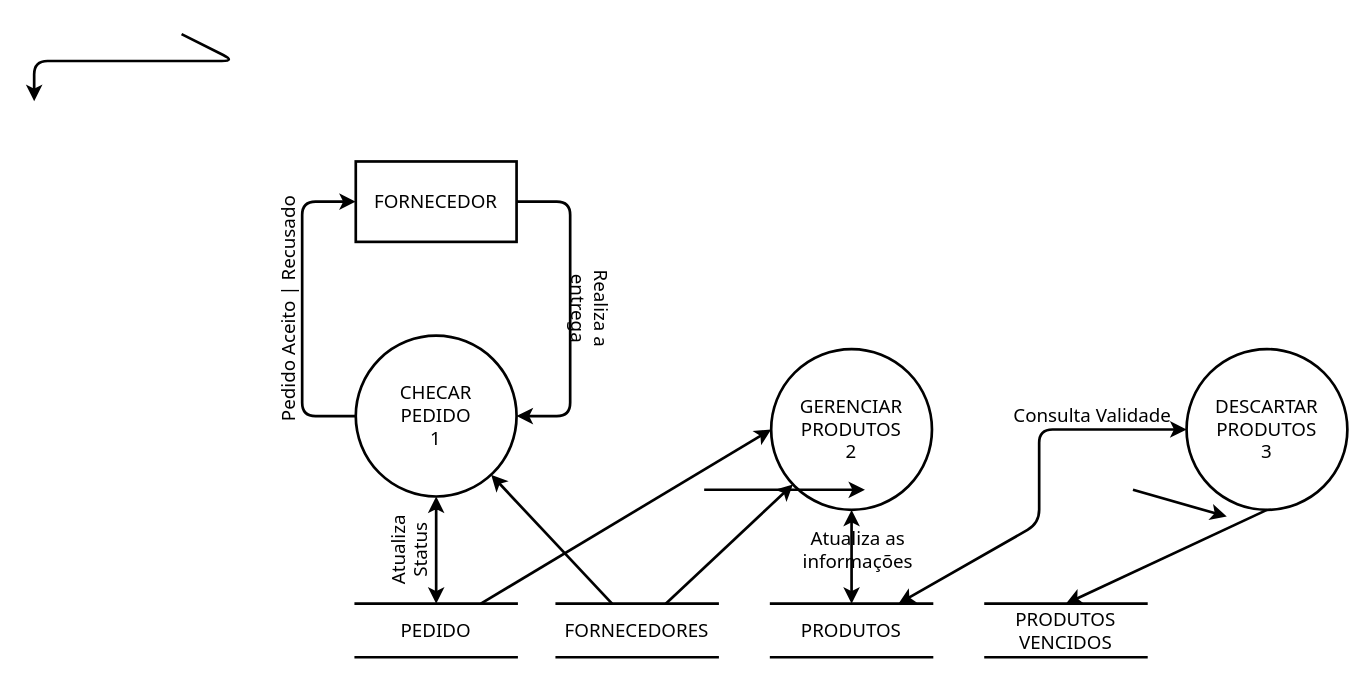
Earlier version of the draw.io diagram docs/Prof_Christiane/ESTOQUE/DFD_ESTOQUE.drawio (Darienzo08/ope_ads). Source tidied: cells renumbered, new cells numbered last; positions are measured from the earlier drawing's top-left corner, leaving out a move shared by most shapes. Both pictures are drawn from the tidied source at 134%, with x=0, y=0 at pixel (34, 34).
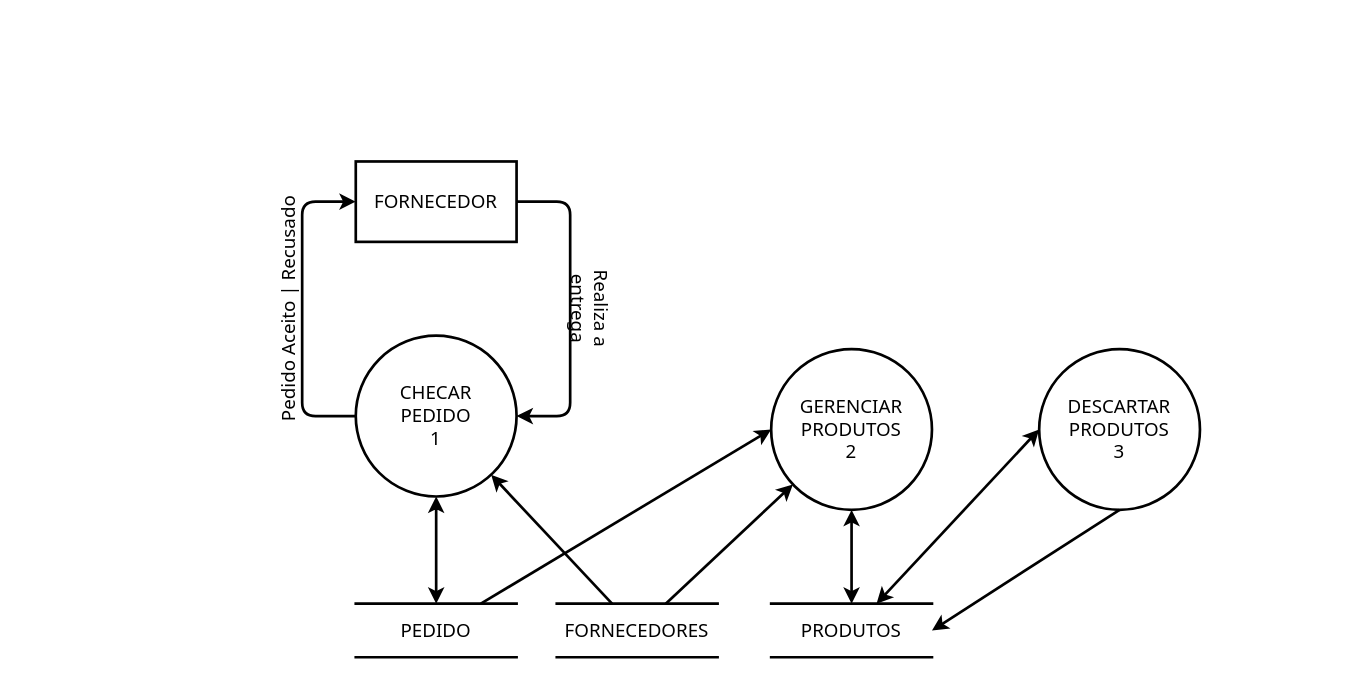
The same diagram, later.

Unchanged cells that the change refers to:
```xml
<mxCell id="12" value="PRODUTOS" style="shape=partialRectangle;whiteSpace=wrap;html=1;left=0;right=0;fillColor=none;strokeWidth=2;fontFamily=Tahoma;fontSize=14;" parent="1" vertex="1">
  <mxGeometry x="550" y="425" width="120" height="40" as="geometry" />
</mxCell>
```

Change to the diagram source:
```diff
@@
-    <mxCell id="15" value="Atualiza as informações" style="text;html=1;strokeColor=none;fillColor=none;align=center;verticalAlign=middle;whiteSpace=wrap;rounded=0;strokeWidth=2;fontFamily=Tahoma;fontSize=14;" parent="1" vertex="1">
-      <mxGeometry x="540" y="375" width="150" height="20" as="geometry" />
-    </mxCell>
@@
     <mxCell id="17" value="DESCARTAR&lt;br style=&quot;font-size: 14px&quot;&gt;PRODUTOS&lt;br style=&quot;font-size: 14px&quot;&gt;3" style="ellipse;whiteSpace=wrap;html=1;strokeWidth=2;fontFamily=Tahoma;fontSize=14;" parent="1" vertex="1">
-      <mxGeometry x="860" y="235" width="120" height="120" as="geometry" />
+      <mxGeometry x="750" y="235" width="120" height="120" as="geometry" />
     </mxCell>
-    <mxCell id="18" value="PRODUTOS&lt;br style=&quot;font-size: 14px;&quot;&gt;VENCIDOS" style="shape=partialRectangle;whiteSpace=wrap;html=1;left=0;right=0;fillColor=none;strokeWidth=2;fontFamily=Tahoma;fontSize=14;" parent="1" vertex="1">
-      <mxGeometry x="710" y="425" width="120" height="40" as="geometry" />
-    </mxCell>
-    <mxCell id="19" value="Consulta Validade" style="text;html=1;strokeColor=none;fillColor=none;align=center;verticalAlign=middle;whiteSpace=wrap;rounded=0;rotation=0;strokeWidth=2;fontFamily=Tahoma;fontSize=14;" parent="1" vertex="1">
-      <mxGeometry x="720" y="275" width="140" height="20" as="geometry" />
-    </mxCell>
     <mxCell id="20" style="endArrow=classic;startArrow=classic;html=1;entryX=0;entryY=0.5;entryDx=0;entryDy=0;strokeWidth=2;fontFamily=Tahoma;fontSize=14;" parent="1" edge="1" source="12" target="17">
-      <mxGeometry relative="1" as="geometry">
-        <Array as="points">
-          <mxPoint x="750" y="365" />
-          <mxPoint x="750" y="295" />
-        </Array>
-      </mxGeometry>
+      <mxGeometry relative="1" as="geometry" />
     </mxCell>
-    <mxCell id="21" style="endArrow=classic;html=1;exitX=0.5;exitY=1;exitDx=0;exitDy=0;entryX=0.5;entryY=0;entryDx=0;entryDy=0;strokeWidth=2;fontFamily=Tahoma;fontSize=14;" parent="1" edge="1" source="17" target="18">
+    <mxCell id="21" style="endArrow=classic;html=1;exitX=0.5;exitY=1;exitDx=0;exitDy=0;entryX=1;entryY=0.5;entryDx=0;entryDy=0;strokeWidth=2;fontFamily=Tahoma;fontSize=14;" parent="1" edge="1" source="17" target="12">
       <mxGeometry relative="1" as="geometry" />
     </mxCell>
-    <mxCell id="22" style="endArrow=classic;html=1;exitX=0.5;exitY=1;exitDx=0;exitDy=0;entryX=0.5;entryY=0;entryDx=0;entryDy=0;strokeWidth=2;fontFamily=Tahoma;fontSize=14;" parent="1" edge="1">
-      <mxGeometry relative="1" as="geometry">
-        <mxPoint x="500" y="340" as="sourcePoint" />
-        <mxPoint x="620" y="340" as="targetPoint" />
-      </mxGeometry>
-    </mxCell>
-    <mxCell id="23" style="endArrow=classic;html=1;exitX=0.5;exitY=1;exitDx=0;exitDy=0;entryX=0.5;entryY=0;entryDx=0;entryDy=0;strokeWidth=2;fontFamily=Tahoma;fontSize=14;" parent="1" edge="1">
-      <mxGeometry relative="1" as="geometry">
-        <mxPoint x="820" y="340" as="sourcePoint" />
-        <mxPoint x="890" y="360" as="targetPoint" />
-      </mxGeometry>
-    </mxCell>
-    <mxCell id="24" style="endArrow=classic;html=1;strokeWidth=2;fontFamily=Tahoma;fontSize=14;exitX=0.5;exitY=0;exitDx=0;exitDy=0;entryX=1;entryY=0.5;entryDx=0;entryDy=0;" parent="1" edge="1">
-      <mxGeometry relative="1" as="geometry">
-        <mxPoint x="110" as="sourcePoint" />
-        <mxPoint y="50" as="targetPoint" />
-        <Array as="points">
-          <mxPoint x="150" y="20" />
-          <mxPoint y="20" />
-        </Array>
-      </mxGeometry>
-    </mxCell>
-    <mxCell id="25" value="Atualiza Status" style="text;html=1;strokeColor=none;fillColor=none;align=center;verticalAlign=middle;whiteSpace=wrap;rounded=0;fontFamily=Tahoma;fontSize=14;rotation=-90;" parent="1" vertex="1">
-      <mxGeometry x="260" y="375" width="40" height="20" as="geometry" />
-    </mxCell>
```
